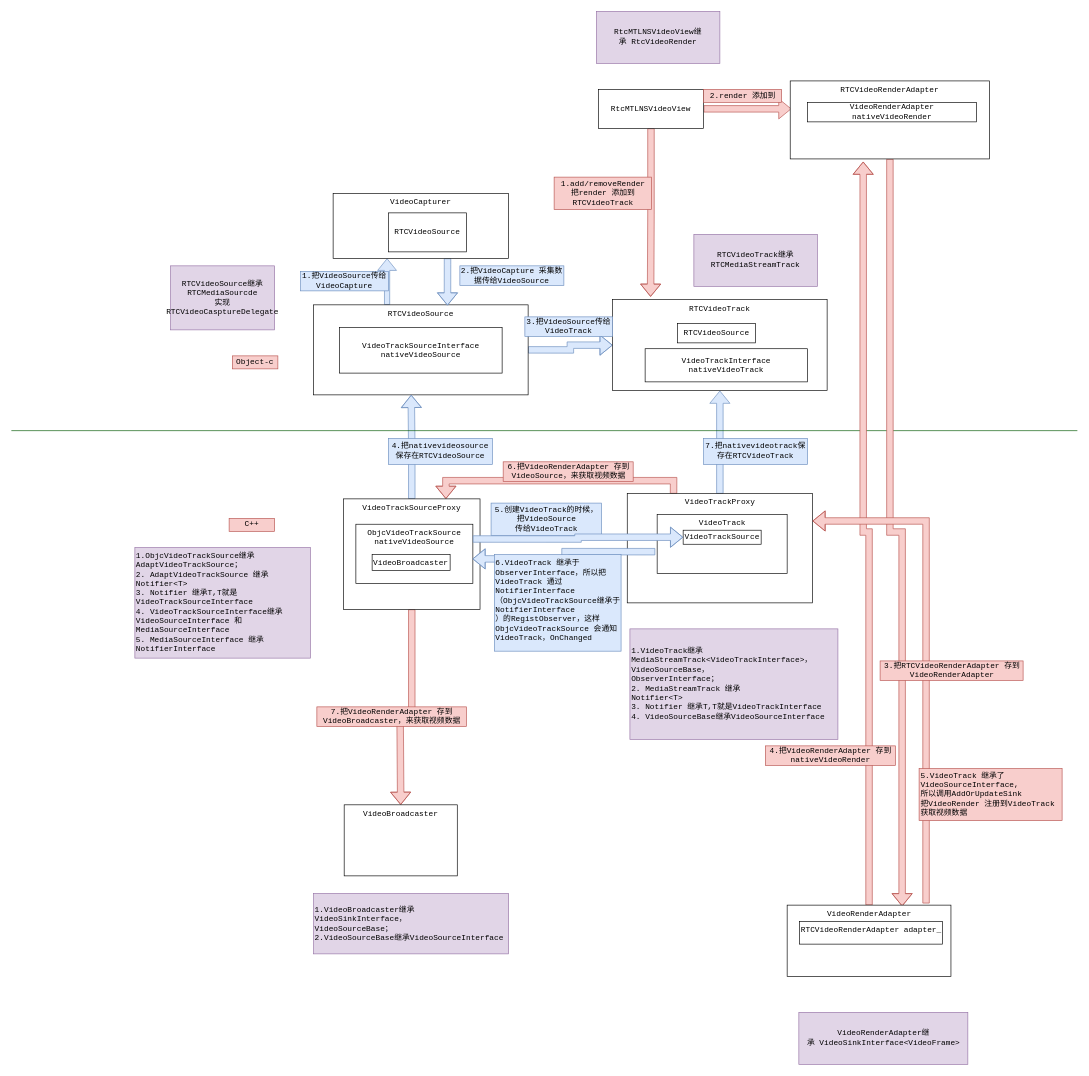
The draw.io diagram videotrack.drawio in even3yu/AboutWebRTC, before the edit. Source tidied: cells renumbered, new cells numbered last; positions are measured from the earlier drawing's top-left corner, leaving out a move shared by most shapes. Both pictures are drawn from the tidied source at 65%, with x=0, y=0 at pixel (11, 11).
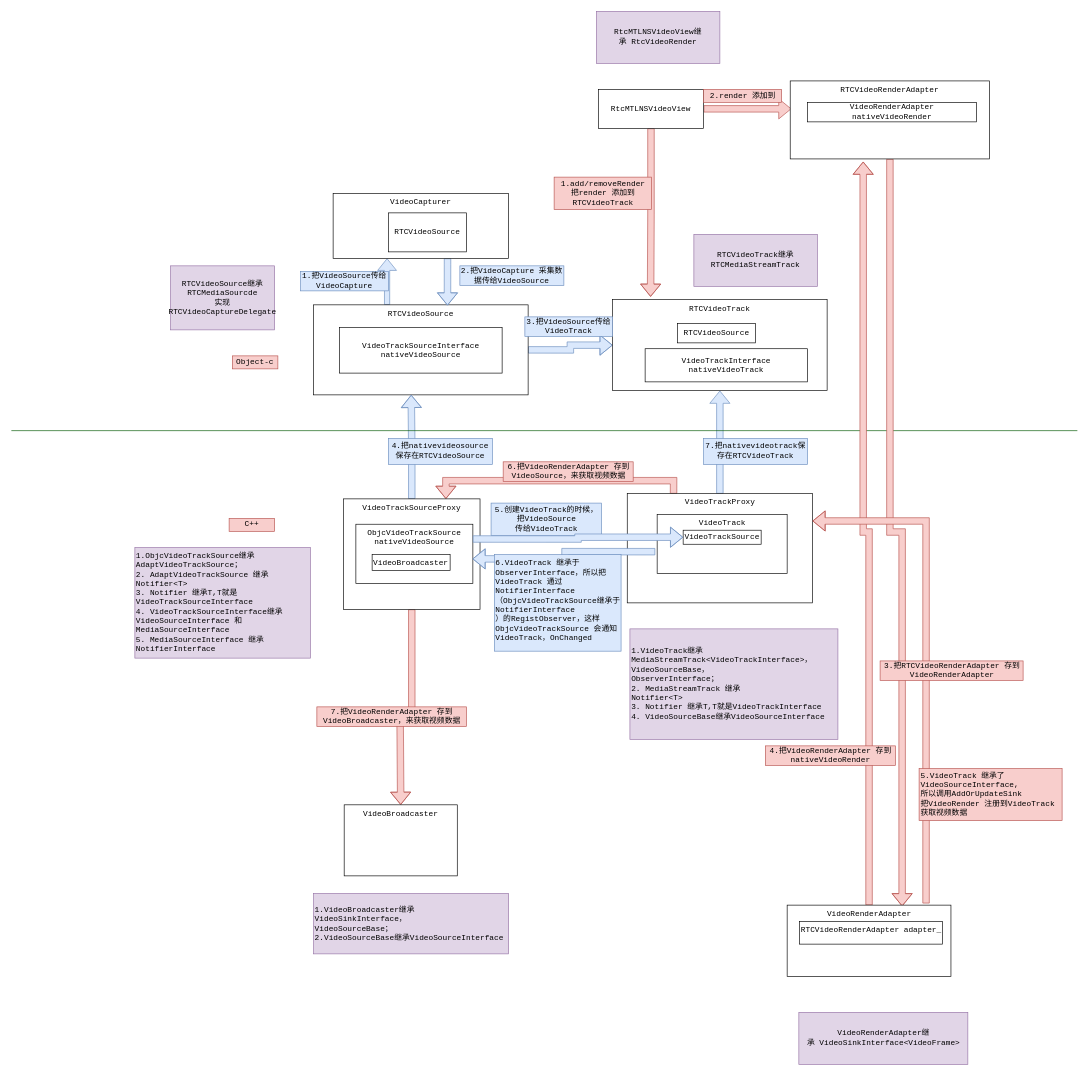
The same page after the edit.

The edit, as a diff of the source:
```diff
@@
-    <mxCell id="15" value="RTCVideoSource继承 RTCMediaSourcde&lt;br&gt;实现 RTCVideoCasptureDelegate" style="text;html=1;strokeColor=#9673a6;fillColor=#e1d5e7;align=center;verticalAlign=middle;whiteSpace=wrap;rounded=0;fontFamily=Courier New;fontSize=12;" parent="1" vertex="1">
+    <mxCell id="15" value="RTCVideoSource继承 RTCMediaSourcde&lt;br&gt;实现 RTCVideoCaptureDelegate" style="text;html=1;strokeColor=#9673a6;fillColor=#e1d5e7;align=center;verticalAlign=middle;whiteSpace=wrap;rounded=0;fontFamily=Courier New;fontSize=12;" parent="1" vertex="1">
       <mxGeometry x="245" y="391.5" width="160" height="98.5" as="geometry" />
     </mxCell>
```
